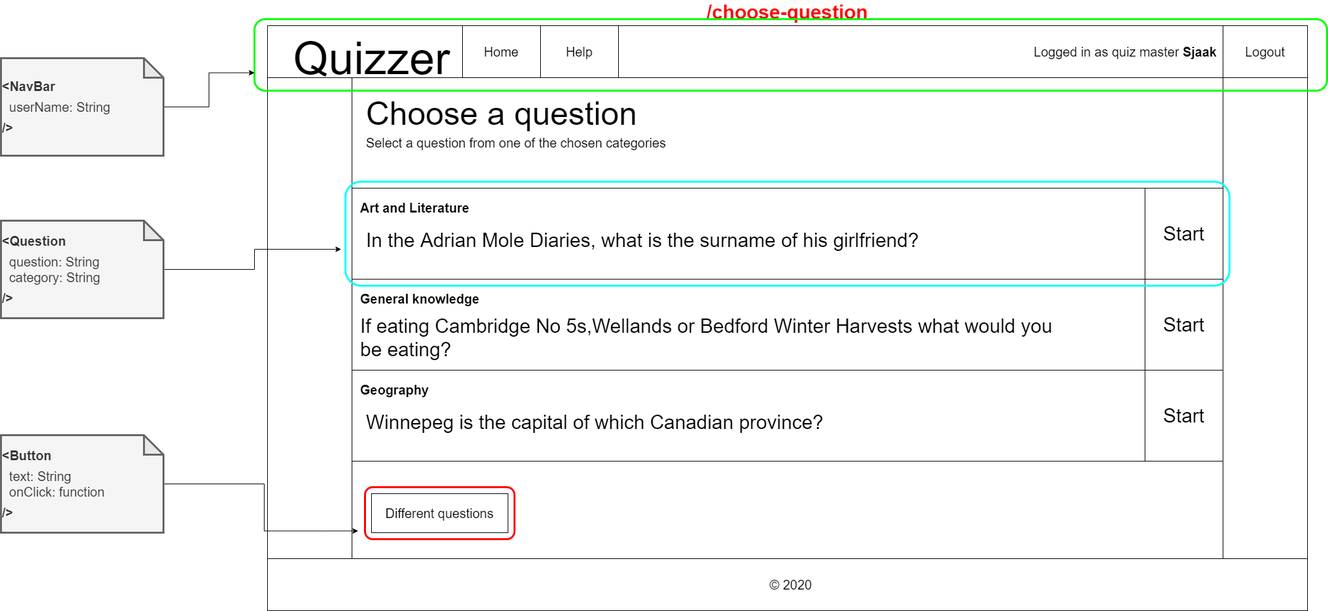
Above: docs/wireframes-with-react-components/quizmaster-questions.png in IkBenDeSjaak/Quizzer (draw.io), before the change. Source tidied: cells renumbered, new cells last; positions are measured from the earlier drawing's top-left corner, leaving out a move shared by most shapes.
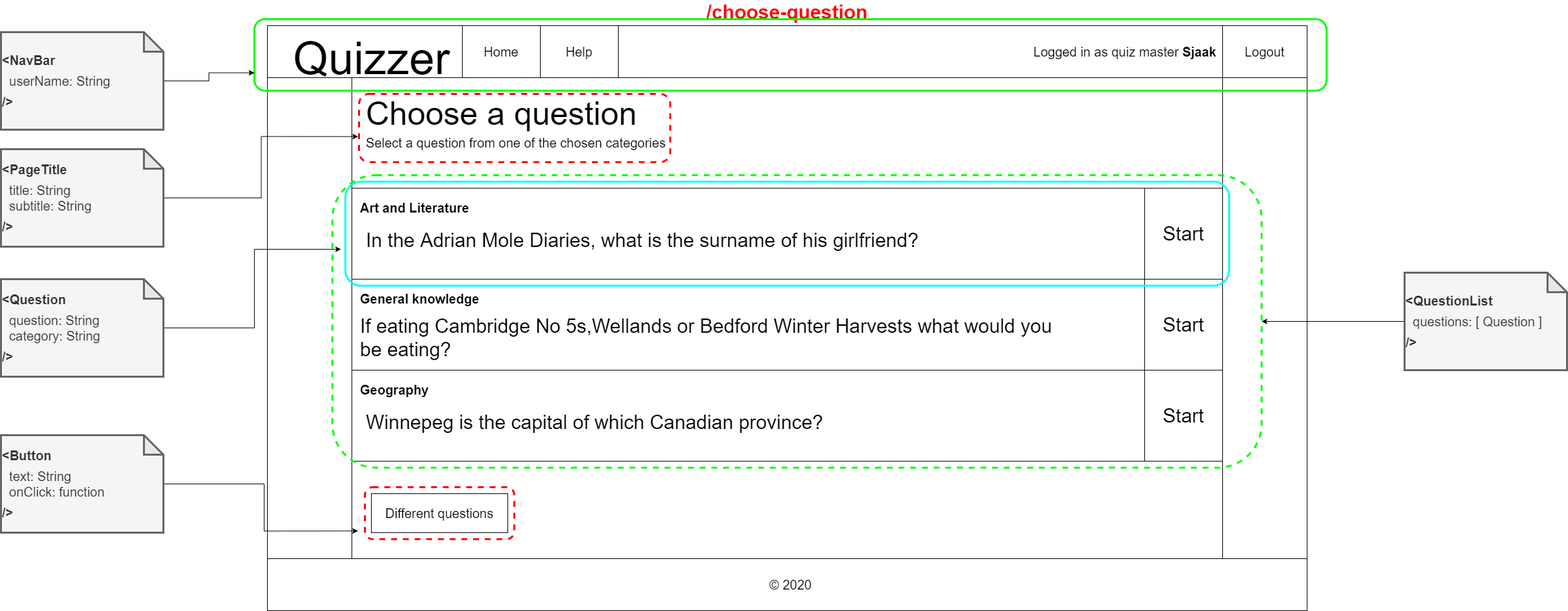
The same file after the commit.

The edit, as a diff of the source:
```diff
@@ -89,20 +89,26 @@
     <mxCell id="30" style="rounded=1;whiteSpace=wrap;html=1;strokeWidth=3;fillColor=none;strokeColor=#00FFFF;" parent="2" vertex="1">
       <mxGeometry x="120" y="240" width="1360" height="160" as="geometry" />
     </mxCell>
-    <mxCell id="31" style="rounded=1;whiteSpace=wrap;html=1;strokeWidth=3;fillColor=none;strokeColor=#FF0000;" parent="2" vertex="1">
+    <mxCell id="31" style="rounded=1;whiteSpace=wrap;html=1;strokeWidth=3;fillColor=none;strokeColor=#FF0000;dashed=1;" parent="2" vertex="1">
       <mxGeometry x="150" y="710" width="230" height="80" as="geometry" />
     </mxCell>
+    <mxCell id="38" style="rounded=1;whiteSpace=wrap;html=1;fillColor=none;strokeColor=#FF0000;strokeWidth=3;dashed=1;" parent="2" vertex="1">
+      <mxGeometry x="141" y="105" width="479" height="105" as="geometry" />
+    </mxCell>
+    <mxCell id="39" style="rounded=1;whiteSpace=wrap;html=1;dashed=1;strokeWidth=3;fillColor=none;strokeColor=#00FF00;" parent="2" vertex="1">
+      <mxGeometry x="100" y="230" width="1430" height="450" as="geometry" />
+    </mxCell>
     <mxCell id="32" style="edgeStyle=orthogonalEdgeStyle;rounded=0;jettySize=auto;html=1;entryX=0;entryY=0.75;entryDx=0;entryDy=0;" parent="1" edge="1" source="33" target="29">
       <mxGeometry relative="1" as="geometry" />
     </mxCell>
     <mxCell id="33" value="&lt;b style=&quot;font-size: 20px&quot;&gt;&amp;lt;NavBar&lt;/b&gt;&lt;br style=&quot;font-size: 20px&quot;&gt;&lt;span style=&quot;font-size: 20px&quot;&gt;&amp;nbsp; userName: String&amp;nbsp;&amp;nbsp;&lt;/span&gt;&lt;br style=&quot;font-size: 20px&quot;&gt;&lt;div&gt;&lt;b style=&quot;font-size: 20px&quot;&gt;/&amp;gt;&lt;/b&gt;&lt;/div&gt;" style="shape=note;whiteSpace=wrap;html=1;backgroundOutline=1;darkOpacity=0.05;strokeWidth=3;fillColor=#f5f5f5;strokeColor=#666666;fontColor=#333333;align=left;" parent="1" vertex="1">
-      <mxGeometry y="60" width="250" height="150" as="geometry" />
+      <mxGeometry y="20" width="250" height="150" as="geometry" />
     </mxCell>
     <mxCell id="34" style="edgeStyle=orthogonalEdgeStyle;rounded=0;jettySize=auto;html=1;entryX=-0.005;entryY=0.65;entryDx=0;entryDy=0;entryPerimeter=0;" parent="1" edge="1" source="35" target="30">
       <mxGeometry relative="1" as="geometry" />
     </mxCell>
     <mxCell id="35" value="&lt;b style=&quot;font-size: 20px&quot;&gt;&amp;lt;Question&lt;/b&gt;&lt;br style=&quot;font-size: 20px&quot;&gt;&lt;span style=&quot;font-size: 20px&quot;&gt;&amp;nbsp; question: String&lt;br&gt;&amp;nbsp; category: String&amp;nbsp;&lt;/span&gt;&lt;br style=&quot;font-size: 20px&quot;&gt;&lt;div&gt;&lt;b style=&quot;font-size: 20px&quot;&gt;/&amp;gt;&lt;/b&gt;&lt;/div&gt;" style="shape=note;whiteSpace=wrap;html=1;backgroundOutline=1;darkOpacity=0.05;strokeWidth=3;fillColor=#f5f5f5;strokeColor=#666666;fontColor=#333333;align=left;" parent="1" vertex="1">
-      <mxGeometry y="310" width="250" height="150" as="geometry" />
+      <mxGeometry y="400" width="250" height="150" as="geometry" />
     </mxCell>
     <mxCell id="36" style="edgeStyle=orthogonalEdgeStyle;rounded=0;jettySize=auto;html=1;entryX=-0.046;entryY=0.842;entryDx=0;entryDy=0;entryPerimeter=0;" parent="1" edge="1" source="37" target="31">
       <mxGeometry relative="1" as="geometry" />
@@ -110,5 +116,17 @@
     <mxCell id="37" value="&lt;b style=&quot;font-size: 20px&quot;&gt;&amp;lt;Button&lt;/b&gt;&lt;br style=&quot;font-size: 20px&quot;&gt;&lt;span style=&quot;font-size: 20px&quot;&gt;&amp;nbsp; text: String&lt;br&gt;&amp;nbsp; onClick: function&amp;nbsp;&amp;nbsp;&lt;/span&gt;&lt;br style=&quot;font-size: 20px&quot;&gt;&lt;div&gt;&lt;b style=&quot;font-size: 20px&quot;&gt;/&amp;gt;&lt;/b&gt;&lt;/div&gt;" style="shape=note;whiteSpace=wrap;html=1;backgroundOutline=1;darkOpacity=0.05;strokeWidth=3;fillColor=#f5f5f5;strokeColor=#666666;fontColor=#333333;align=left;" parent="1" vertex="1">
       <mxGeometry y="640" width="250" height="150" as="geometry" />
     </mxCell>
+    <mxCell id="40" style="edgeStyle=orthogonalEdgeStyle;rounded=0;jettySize=auto;html=1;entryX=-0.003;entryY=0.625;entryDx=0;entryDy=0;entryPerimeter=0;" parent="1" edge="1" source="41" target="38">
+      <mxGeometry relative="1" as="geometry" />
+    </mxCell>
+    <mxCell id="41" value="&lt;b style=&quot;font-size: 20px&quot;&gt;&amp;lt;PageTitle&lt;/b&gt;&lt;br style=&quot;font-size: 20px&quot;&gt;&lt;span style=&quot;font-size: 20px&quot;&gt;&amp;nbsp; title: String&lt;br&gt;&amp;nbsp; subtitle: String&amp;nbsp;&amp;nbsp;&lt;/span&gt;&lt;br style=&quot;font-size: 20px&quot;&gt;&lt;div&gt;&lt;b style=&quot;font-size: 20px&quot;&gt;/&amp;gt;&lt;/b&gt;&lt;/div&gt;" style="shape=note;whiteSpace=wrap;html=1;backgroundOutline=1;darkOpacity=0.05;strokeWidth=3;fillColor=#f5f5f5;strokeColor=#666666;fontColor=#333333;align=left;" parent="1" vertex="1">
+      <mxGeometry y="200" width="250" height="150" as="geometry" />
+    </mxCell>
+    <mxCell id="42" style="edgeStyle=orthogonalEdgeStyle;rounded=0;jettySize=auto;html=1;entryX=1;entryY=0.5;entryDx=0;entryDy=0;" parent="1" edge="1" source="43" target="39">
+      <mxGeometry relative="1" as="geometry" />
+    </mxCell>
+    <mxCell id="43" value="&lt;b style=&quot;font-size: 20px&quot;&gt;&amp;lt;QuestionList&lt;/b&gt;&lt;br style=&quot;font-size: 20px&quot;&gt;&lt;span style=&quot;font-size: 20px&quot;&gt;&amp;nbsp; questions: [ Question ]&amp;nbsp;&lt;/span&gt;&lt;br style=&quot;font-size: 20px&quot;&gt;&lt;div&gt;&lt;b style=&quot;font-size: 20px&quot;&gt;/&amp;gt;&lt;/b&gt;&lt;/div&gt;" style="shape=note;whiteSpace=wrap;html=1;backgroundOutline=1;darkOpacity=0.05;strokeWidth=3;fillColor=#f5f5f5;strokeColor=#666666;fontColor=#333333;align=left;" parent="1" vertex="1">
+      <mxGeometry x="2160" y="390" width="250" height="150" as="geometry" />
+    </mxCell>
   </root>
 </mxGraphModel>
```
